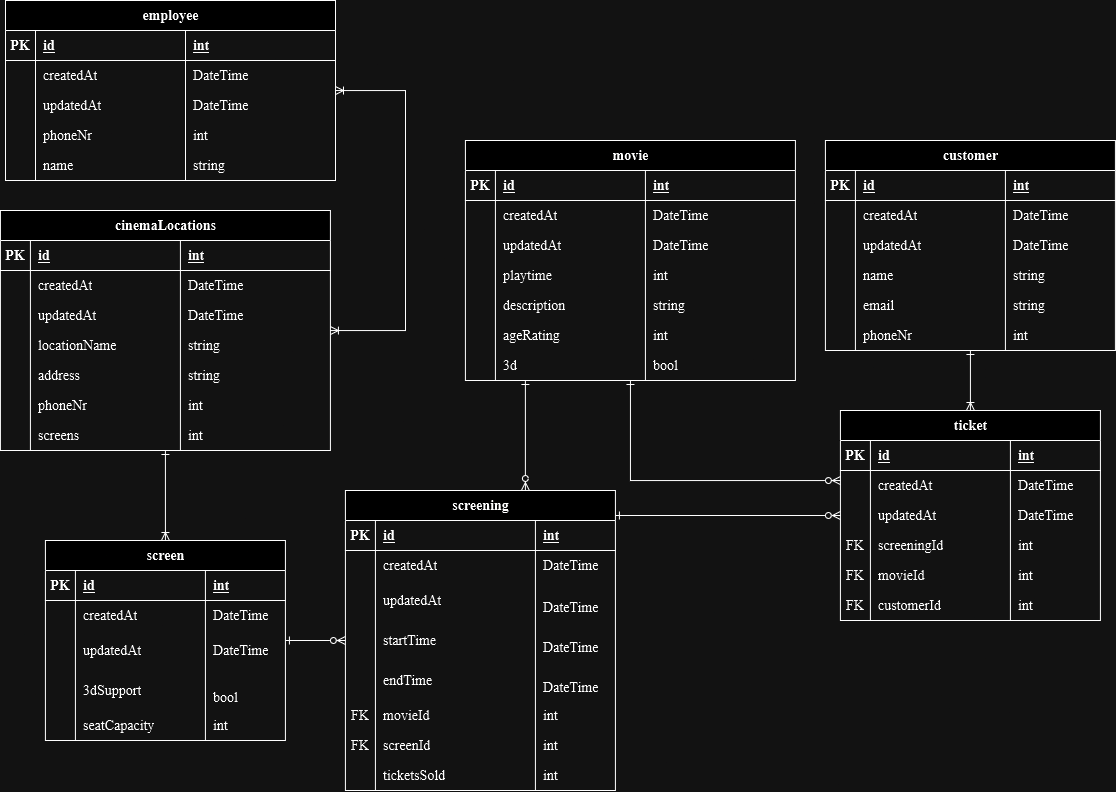
Before: database-design_dark.drawio.png, a diagram exported from draw.io (boolean-uk/database-design). Source tidied: cells renumbered, new cells last; positions are measured from the earlier drawing's top-left corner, leaving out a move shared by most shapes.
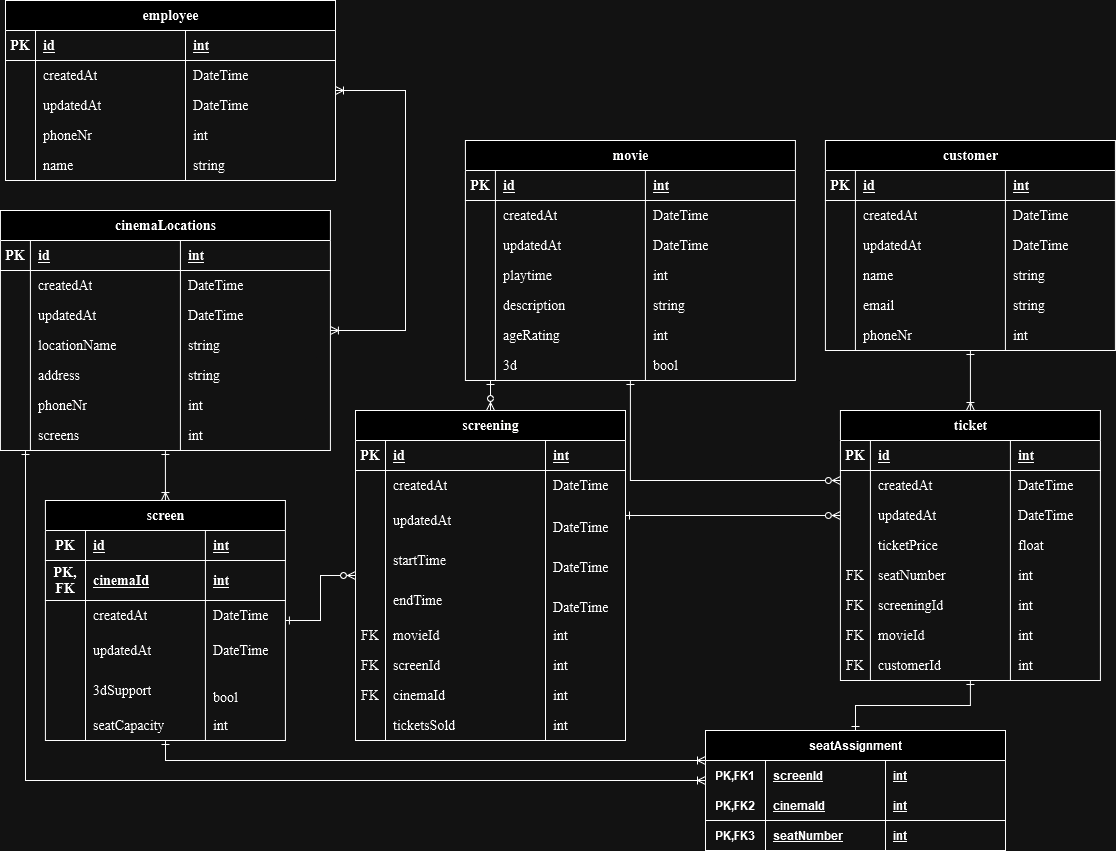
Above is the later version.

What changed in the source:
```diff
@@ -6,64 +6,76 @@
       <mxGeometry relative="1" as="geometry" />
     </mxCell>
     <mxCell id="3" value="screen" style="shape=table;startSize=30;rowLines=0;fontStyle=1;align=center;html=1;fontFamily=Garamond;fontSize=14;" parent="1" vertex="1">
-      <mxGeometry x="44.9" y="540" width="240" height="200" as="geometry" />
+      <mxGeometry x="44.9" y="500" width="240" height="240" as="geometry" />
     </mxCell>
     <mxCell id="4" style="shape=tableRow;horizontal=0;startSize=0;swimlaneHead=0;swimlaneBody=0;fillColor=none;top=0;left=0;right=0;bottom=1;fontFamily=Garamond;fontSize=14;" parent="3" vertex="1">
       <mxGeometry y="30" width="240" height="30" as="geometry" />
     </mxCell>
     <mxCell id="5" value="PK" style="shape=partialRectangle;fillColor=none;top=0;left=0;bottom=0;right=0;fontStyle=1;overflow=hidden;whiteSpace=wrap;html=1;fontFamily=Garamond;fontSize=14;" parent="4" vertex="1">
-      <mxGeometry width="30" height="30" as="geometry" />
+      <mxGeometry width="40.1" height="30" as="geometry" />
     </mxCell>
     <mxCell id="6" value="id " style="shape=partialRectangle;fillColor=none;top=0;left=0;bottom=0;right=0;align=left;spacingLeft=6;fontStyle=5;overflow=hidden;whiteSpace=wrap;html=1;fontFamily=Garamond;fontSize=14;" parent="4" vertex="1">
-      <mxGeometry x="30" width="130" height="30" as="geometry" />
+      <mxGeometry x="40.1" width="119.9" height="30" as="geometry" />
     </mxCell>
     <mxCell id="7" value="int" style="shape=partialRectangle;fillColor=none;top=0;left=0;bottom=0;right=0;align=left;spacingLeft=6;fontStyle=5;overflow=hidden;whiteSpace=wrap;html=1;fontFamily=Garamond;fontSize=14;" parent="4" vertex="1">
       <mxGeometry x="160" width="80" height="30" as="geometry" />
     </mxCell>
+    <mxCell id="192" style="shape=tableRow;horizontal=0;startSize=0;swimlaneHead=0;swimlaneBody=0;fillColor=none;top=0;left=0;right=0;bottom=1;fontFamily=Garamond;fontSize=14;" parent="3" vertex="1">
+      <mxGeometry y="60" width="240" height="40" as="geometry" />
+    </mxCell>
+    <mxCell id="193" value="PK, FK" style="shape=partialRectangle;fillColor=none;top=0;left=0;bottom=0;right=0;fontStyle=1;overflow=hidden;whiteSpace=wrap;html=1;fontFamily=Garamond;fontSize=14;" parent="192" vertex="1">
+      <mxGeometry width="40.1" height="40" as="geometry" />
+    </mxCell>
+    <mxCell id="194" value="cinemaId " style="shape=partialRectangle;fillColor=none;top=0;left=0;bottom=0;right=0;align=left;spacingLeft=6;fontStyle=5;overflow=hidden;whiteSpace=wrap;html=1;fontFamily=Garamond;fontSize=14;" parent="192" vertex="1">
+      <mxGeometry x="40.1" width="119.9" height="40" as="geometry" />
+    </mxCell>
+    <mxCell id="195" value="int" style="shape=partialRectangle;fillColor=none;top=0;left=0;bottom=0;right=0;align=left;spacingLeft=6;fontStyle=5;overflow=hidden;whiteSpace=wrap;html=1;fontFamily=Garamond;fontSize=14;" parent="192" vertex="1">
+      <mxGeometry x="160" width="80" height="40" as="geometry" />
+    </mxCell>
     <mxCell id="8" style="shape=tableRow;horizontal=0;startSize=0;swimlaneHead=0;swimlaneBody=0;fillColor=none;top=0;left=0;right=0;bottom=0;fontFamily=Garamond;fontSize=14;" parent="3" vertex="1">
-      <mxGeometry y="60" width="240" height="30" as="geometry" />
+      <mxGeometry y="100" width="240" height="30" as="geometry" />
     </mxCell>
     <mxCell id="9" style="shape=partialRectangle;fillColor=none;top=0;left=0;bottom=0;right=0;overflow=hidden;whiteSpace=wrap;html=1;fontFamily=Garamond;fontSize=14;" parent="8" vertex="1">
-      <mxGeometry width="30" height="30" as="geometry" />
+      <mxGeometry width="40.1" height="30" as="geometry" />
     </mxCell>
     <mxCell id="10" value="createdAt " style="shape=partialRectangle;fillColor=none;top=0;left=0;bottom=0;right=0;align=left;spacingLeft=6;overflow=hidden;whiteSpace=wrap;html=1;fontFamily=Garamond;fontSize=14;" parent="8" vertex="1">
-      <mxGeometry x="30" width="130" height="30" as="geometry" />
+      <mxGeometry x="40.1" width="119.9" height="30" as="geometry" />
     </mxCell>
     <mxCell id="11" value="DateTime" style="shape=partialRectangle;fillColor=none;top=0;left=0;bottom=0;right=0;align=left;spacingLeft=6;overflow=hidden;whiteSpace=wrap;html=1;fontFamily=Garamond;fontSize=14;" parent="8" vertex="1">
       <mxGeometry x="160" width="80" height="30" as="geometry" />
     </mxCell>
     <mxCell id="12" style="shape=tableRow;horizontal=0;startSize=0;swimlaneHead=0;swimlaneBody=0;fillColor=none;top=0;left=0;right=0;bottom=0;fontFamily=Garamond;fontSize=14;" parent="3" vertex="1">
-      <mxGeometry y="90" width="240" height="40" as="geometry" />
+      <mxGeometry y="130" width="240" height="40" as="geometry" />
     </mxCell>
     <mxCell id="13" style="shape=partialRectangle;fillColor=none;top=0;left=0;bottom=0;right=0;overflow=hidden;whiteSpace=wrap;html=1;fontFamily=Garamond;fontSize=14;" parent="12" vertex="1">
-      <mxGeometry width="30" height="40" as="geometry" />
+      <mxGeometry width="40.1" height="40" as="geometry" />
     </mxCell>
     <mxCell id="14" value="updatedAt " style="shape=partialRectangle;fillColor=none;top=0;left=0;bottom=0;right=0;align=left;spacingLeft=6;overflow=hidden;whiteSpace=wrap;html=1;fontFamily=Garamond;fontSize=14;" parent="12" vertex="1">
-      <mxGeometry x="30" width="130" height="40" as="geometry" />
+      <mxGeometry x="40.1" width="119.9" height="40" as="geometry" />
     </mxCell>
     <mxCell id="15" value="DateTime" style="shape=partialRectangle;fillColor=none;top=0;left=0;bottom=0;right=0;align=left;spacingLeft=6;overflow=hidden;whiteSpace=wrap;html=1;fontFamily=Garamond;fontSize=14;" parent="12" vertex="1">
       <mxGeometry x="160" width="80" height="40" as="geometry" />
     </mxCell>
     <mxCell id="16" style="shape=tableRow;horizontal=0;startSize=0;swimlaneHead=0;swimlaneBody=0;fillColor=none;top=0;left=0;right=0;bottom=0;fontFamily=Garamond;fontSize=14;" parent="3" vertex="1">
-      <mxGeometry y="130" width="240" height="40" as="geometry" />
+      <mxGeometry y="170" width="240" height="40" as="geometry" />
     </mxCell>
     <mxCell id="17" style="shape=partialRectangle;fillColor=none;top=0;left=0;bottom=0;right=0;overflow=hidden;whiteSpace=wrap;html=1;fontFamily=Garamond;fontSize=14;" parent="16" vertex="1">
-      <mxGeometry width="30" height="40" as="geometry" />
+      <mxGeometry width="40.1" height="40" as="geometry" />
     </mxCell>
     <mxCell id="18" value="3dSupport " style="shape=partialRectangle;fillColor=none;top=0;left=0;bottom=0;right=0;align=left;spacingLeft=6;overflow=hidden;whiteSpace=wrap;html=1;fontFamily=Garamond;fontSize=14;" parent="16" vertex="1">
-      <mxGeometry x="30" width="130" height="40" as="geometry" />
+      <mxGeometry x="40.1" width="119.9" height="40" as="geometry" />
     </mxCell>
     <mxCell id="19" value="&#10;bool&#10;&#10;" style="shape=partialRectangle;fillColor=none;top=0;left=0;bottom=0;right=0;align=left;spacingLeft=6;overflow=hidden;whiteSpace=wrap;html=1;fontFamily=Garamond;fontSize=14;" parent="16" vertex="1">
       <mxGeometry x="160" width="80" height="40" as="geometry" />
     </mxCell>
     <mxCell id="20" style="shape=tableRow;horizontal=0;startSize=0;swimlaneHead=0;swimlaneBody=0;fillColor=none;top=0;left=0;right=0;bottom=0;fontFamily=Garamond;fontSize=14;" parent="3" vertex="1">
-      <mxGeometry y="170" width="240" height="30" as="geometry" />
+      <mxGeometry y="210" width="240" height="30" as="geometry" />
     </mxCell>
     <mxCell id="21" style="shape=partialRectangle;fillColor=none;top=0;left=0;bottom=0;right=0;overflow=hidden;whiteSpace=wrap;html=1;fontFamily=Garamond;fontSize=14;" parent="20" vertex="1">
-      <mxGeometry width="30" height="30" as="geometry" />
+      <mxGeometry width="40.1" height="30" as="geometry" />
     </mxCell>
     <mxCell id="22" value="seatCapacity" style="shape=partialRectangle;fillColor=none;top=0;left=0;bottom=0;right=0;align=left;spacingLeft=6;overflow=hidden;whiteSpace=wrap;html=1;fontFamily=Garamond;fontSize=14;" parent="20" vertex="1">
-      <mxGeometry x="30" width="130" height="30" as="geometry" />
+      <mxGeometry x="40.1" width="119.9" height="30" as="geometry" />
     </mxCell>
     <mxCell id="23" value="int" style="shape=partialRectangle;fillColor=none;top=0;left=0;bottom=0;right=0;align=left;spacingLeft=6;overflow=hidden;whiteSpace=wrap;html=1;fontFamily=Garamond;fontSize=14;" parent="20" vertex="1">
       <mxGeometry x="160" width="80" height="30" as="geometry" />
@@ -80,7 +92,7 @@
       </mxGeometry>
     </mxCell>
     <mxCell id="26" value="screening" style="shape=table;startSize=30;rowLines=0;fontStyle=1;align=center;html=1;verticalAlign=middle;fontFamily=Garamond;fontSize=14;" parent="1" vertex="1">
-      <mxGeometry x="344.9" y="490" width="270" height="300" as="geometry" />
+      <mxGeometry x="355" y="410" width="270" height="330" as="geometry" />
     </mxCell>
     <mxCell id="27" style="shape=tableRow;horizontal=0;startSize=0;swimlaneHead=0;swimlaneBody=0;fillColor=none;top=0;left=0;right=0;bottom=1;fontFamily=Garamond;fontSize=14;" parent="26" vertex="1">
       <mxGeometry y="30" width="270" height="30" as="geometry" />
@@ -166,8 +178,20 @@
     <mxCell id="54" value="int" style="shape=partialRectangle;fillColor=none;top=0;left=0;bottom=0;right=0;align=left;spacingLeft=6;overflow=hidden;whiteSpace=wrap;html=1;verticalAlign=middle;fontFamily=Garamond;fontSize=14;" parent="51" vertex="1">
       <mxGeometry x="190" width="80" height="30" as="geometry" />
     </mxCell>
+    <mxCell id="196" style="shape=tableRow;horizontal=0;startSize=0;swimlaneHead=0;swimlaneBody=0;fillColor=none;top=0;left=0;right=0;bottom=0;fontFamily=Garamond;fontSize=14;" parent="26" vertex="1">
+      <mxGeometry y="270" width="270" height="30" as="geometry" />
+    </mxCell>
+    <mxCell id="197" value="FK" style="shape=partialRectangle;fillColor=none;top=0;left=0;bottom=0;right=0;overflow=hidden;whiteSpace=wrap;html=1;fontFamily=Garamond;fontSize=14;" parent="196" vertex="1">
+      <mxGeometry width="30" height="30" as="geometry" />
+    </mxCell>
+    <mxCell id="198" value="cinemaId" style="shape=partialRectangle;fillColor=none;top=0;left=0;bottom=0;right=0;align=left;spacingLeft=6;overflow=hidden;whiteSpace=wrap;html=1;fontFamily=Garamond;fontSize=14;" parent="196" vertex="1">
+      <mxGeometry x="30" width="160" height="30" as="geometry" />
+    </mxCell>
+    <mxCell id="199" value="int" style="shape=partialRectangle;fillColor=none;top=0;left=0;bottom=0;right=0;align=left;spacingLeft=6;overflow=hidden;whiteSpace=wrap;html=1;verticalAlign=middle;fontFamily=Garamond;fontSize=14;" parent="196" vertex="1">
+      <mxGeometry x="190" width="80" height="30" as="geometry" />
+    </mxCell>
     <mxCell id="55" style="shape=tableRow;horizontal=0;startSize=0;swimlaneHead=0;swimlaneBody=0;fillColor=none;top=0;left=0;right=0;bottom=0;fontFamily=Garamond;fontSize=14;" parent="26" vertex="1">
-      <mxGeometry y="270" width="270" height="30" as="geometry" />
+      <mxGeometry y="300" width="270" height="30" as="geometry" />
     </mxCell>
     <mxCell id="56" style="shape=partialRectangle;fillColor=none;top=0;left=0;bottom=0;right=0;overflow=hidden;whiteSpace=wrap;html=1;fontFamily=Garamond;fontSize=14;" parent="55" vertex="1">
       <mxGeometry width="30" height="30" as="geometry" />
@@ -516,8 +540,11 @@
         </Array>
       </mxGeometry>
     </mxCell>
+    <mxCell id="200" style="edgeStyle=orthogonalEdgeStyle;rounded=0;jettySize=auto;html=1;startArrow=ERone;startFill=0;endArrow=ERone;endFill=0;" parent="1" edge="1" source="167" target="210">
+      <mxGeometry relative="1" as="geometry" />
+    </mxCell>
     <mxCell id="167" value="ticket" style="shape=table;startSize=30;rowLines=0;fontStyle=1;align=center;html=1;fontFamily=Garamond;fontSize=14;" parent="1" vertex="1">
-      <mxGeometry x="839.9" y="410" width="260" height="210" as="geometry" />
+      <mxGeometry x="839.9" y="410" width="260" height="270" as="geometry" />
     </mxCell>
     <mxCell id="168" style="shape=tableRow;horizontal=0;startSize=0;swimlaneHead=0;swimlaneBody=0;fillColor=none;top=0;left=0;right=0;bottom=1;fontFamily=Garamond;fontSize=14;" parent="167" vertex="1">
       <mxGeometry y="30" width="260" height="30" as="geometry" />
@@ -555,8 +582,32 @@
     <mxCell id="179" value="DateTime" style="shape=partialRectangle;fillColor=none;top=0;left=0;bottom=0;right=0;align=left;spacingLeft=6;overflow=hidden;whiteSpace=wrap;html=1;fontFamily=Garamond;fontSize=14;" parent="176" vertex="1">
       <mxGeometry x="170" width="90" height="30" as="geometry" />
     </mxCell>
+    <mxCell id="201" style="shape=tableRow;horizontal=0;startSize=0;swimlaneHead=0;swimlaneBody=0;fillColor=none;top=0;left=0;right=0;bottom=0;fontFamily=Garamond;fontSize=14;" parent="167" vertex="1">
+      <mxGeometry y="120" width="260" height="30" as="geometry" />
+    </mxCell>
+    <mxCell id="202" style="shape=partialRectangle;fillColor=none;top=0;left=0;bottom=0;right=0;overflow=hidden;whiteSpace=wrap;html=1;fontFamily=Garamond;fontSize=14;" parent="201" vertex="1">
+      <mxGeometry width="30" height="30" as="geometry" />
+    </mxCell>
+    <mxCell id="203" value="ticketPrice" style="shape=partialRectangle;fillColor=none;top=0;left=0;bottom=0;right=0;align=left;spacingLeft=6;overflow=hidden;whiteSpace=wrap;html=1;fontFamily=Garamond;fontSize=14;" parent="201" vertex="1">
+      <mxGeometry x="30" width="140" height="30" as="geometry" />
+    </mxCell>
+    <mxCell id="204" value="float" style="shape=partialRectangle;fillColor=none;top=0;left=0;bottom=0;right=0;align=left;spacingLeft=6;overflow=hidden;whiteSpace=wrap;html=1;fontFamily=Garamond;fontSize=14;" parent="201" vertex="1">
+      <mxGeometry x="170" width="90" height="30" as="geometry" />
+    </mxCell>
+    <mxCell id="205" style="shape=tableRow;horizontal=0;startSize=0;swimlaneHead=0;swimlaneBody=0;fillColor=none;top=0;left=0;right=0;bottom=0;fontFamily=Garamond;fontSize=14;" parent="167" vertex="1">
+      <mxGeometry y="150" width="260" height="30" as="geometry" />
+    </mxCell>
+    <mxCell id="206" value="FK" style="shape=partialRectangle;fillColor=none;top=0;left=0;bottom=0;right=0;overflow=hidden;whiteSpace=wrap;html=1;fontFamily=Garamond;fontSize=14;" parent="205" vertex="1">
+      <mxGeometry width="30" height="30" as="geometry" />
+    </mxCell>
+    <mxCell id="207" value="seatNumber" style="shape=partialRectangle;fillColor=none;top=0;left=0;bottom=0;right=0;align=left;spacingLeft=6;overflow=hidden;whiteSpace=wrap;html=1;fontFamily=Garamond;fontSize=14;" parent="205" vertex="1">
+      <mxGeometry x="30" width="140" height="30" as="geometry" />
+    </mxCell>
+    <mxCell id="208" value="int" style="shape=partialRectangle;fillColor=none;top=0;left=0;bottom=0;right=0;align=left;spacingLeft=6;overflow=hidden;whiteSpace=wrap;html=1;fontFamily=Garamond;fontSize=14;" parent="205" vertex="1">
+      <mxGeometry x="170" width="90" height="30" as="geometry" />
+    </mxCell>
     <mxCell id="180" style="shape=tableRow;horizontal=0;startSize=0;swimlaneHead=0;swimlaneBody=0;fillColor=none;top=0;left=0;right=0;bottom=0;fontFamily=Garamond;fontSize=14;" parent="167" vertex="1">
-      <mxGeometry y="120" width="260" height="30" as="geometry" />
+      <mxGeometry y="180" width="260" height="30" as="geometry" />
     </mxCell>
     <mxCell id="181" value="FK" style="shape=partialRectangle;fillColor=none;top=0;left=0;bottom=0;right=0;overflow=hidden;whiteSpace=wrap;html=1;fontFamily=Garamond;fontSize=14;" parent="180" vertex="1">
       <mxGeometry width="30" height="30" as="geometry" />
@@ -568,7 +619,7 @@
       <mxGeometry x="170" width="90" height="30" as="geometry" />
     </mxCell>
     <mxCell id="184" style="shape=tableRow;horizontal=0;startSize=0;swimlaneHead=0;swimlaneBody=0;fillColor=none;top=0;left=0;right=0;bottom=0;fontFamily=Garamond;fontSize=14;" parent="167" vertex="1">
-      <mxGeometry y="150" width="260" height="30" as="geometry" />
+      <mxGeometry y="210" width="260" height="30" as="geometry" />
     </mxCell>
     <mxCell id="185" value="FK" style="shape=partialRectangle;fillColor=none;top=0;left=0;bottom=0;right=0;overflow=hidden;whiteSpace=wrap;html=1;fontFamily=Garamond;fontSize=14;" parent="184" vertex="1">
       <mxGeometry width="30" height="30" as="geometry" />
@@ -580,7 +631,7 @@
       <mxGeometry x="170" width="90" height="30" as="geometry" />
     </mxCell>
     <mxCell id="188" style="shape=tableRow;horizontal=0;startSize=0;swimlaneHead=0;swimlaneBody=0;fillColor=none;top=0;left=0;right=0;bottom=0;fontFamily=Garamond;fontSize=14;" parent="167" vertex="1">
-      <mxGeometry y="180" width="260" height="30" as="geometry" />
+      <mxGeometry y="240" width="260" height="30" as="geometry" />
     </mxCell>
     <mxCell id="189" value="FK" style="shape=partialRectangle;fillColor=none;top=0;left=0;bottom=0;right=0;overflow=hidden;whiteSpace=wrap;html=1;fontFamily=Garamond;fontSize=14;" parent="188" vertex="1">
       <mxGeometry width="30" height="30" as="geometry" />
@@ -591,5 +642,58 @@
     <mxCell id="191" value="int" style="shape=partialRectangle;fillColor=none;top=0;left=0;bottom=0;right=0;align=left;spacingLeft=6;overflow=hidden;whiteSpace=wrap;html=1;fontFamily=Garamond;fontSize=14;" parent="188" vertex="1">
       <mxGeometry x="170" width="90" height="30" as="geometry" />
     </mxCell>
+    <mxCell id="209" style="edgeStyle=orthogonalEdgeStyle;rounded=0;jettySize=auto;html=1;endArrow=ERone;endFill=0;startArrow=ERoneToMany;startFill=0;" parent="1" edge="1" source="210" target="3">
+      <mxGeometry relative="1" as="geometry">
+        <Array as="points">
+          <mxPoint x="165" y="760" />
+        </Array>
+      </mxGeometry>
+    </mxCell>
+    <mxCell id="210" value="seatAssignment" style="shape=table;startSize=30;rowLines=0;fontStyle=1;align=center;html=1;whiteSpace=wrap;" parent="1" vertex="1">
+      <mxGeometry x="705" y="730" width="300" height="120" as="geometry" />
+    </mxCell>
+    <mxCell id="211" style="shape=tableRow;horizontal=0;startSize=0;swimlaneHead=0;swimlaneBody=0;fillColor=none;top=0;left=0;right=0;bottom=0;html=1;" parent="210" vertex="1">
+      <mxGeometry y="30" width="300" height="30" as="geometry" />
+    </mxCell>
+    <mxCell id="212" value="PK,FK1" style="shape=partialRectangle;fillColor=none;top=0;left=0;bottom=0;right=0;fontStyle=1;overflow=hidden;html=1;whiteSpace=wrap;" parent="211" vertex="1">
+      <mxGeometry width="60" height="30" as="geometry" />
+    </mxCell>
+    <mxCell id="213" value="screenId" style="shape=partialRectangle;fillColor=none;top=0;left=0;bottom=0;right=0;align=left;spacingLeft=6;fontStyle=5;overflow=hidden;html=1;whiteSpace=wrap;" parent="211" vertex="1">
+      <mxGeometry x="60" width="120" height="30" as="geometry" />
+    </mxCell>
+    <mxCell id="214" value="int" style="shape=partialRectangle;fillColor=none;top=0;left=0;bottom=0;right=0;align=left;spacingLeft=6;fontStyle=5;overflow=hidden;html=1;whiteSpace=wrap;" parent="211" vertex="1">
+      <mxGeometry x="180" width="120" height="30" as="geometry" />
+    </mxCell>
+    <mxCell id="215" style="shape=tableRow;horizontal=0;startSize=0;swimlaneHead=0;swimlaneBody=0;fillColor=none;top=0;left=0;right=0;bottom=1;html=1;" parent="210" vertex="1">
+      <mxGeometry y="60" width="300" height="30" as="geometry" />
+    </mxCell>
+    <mxCell id="216" value="PK,FK2" style="shape=partialRectangle;fillColor=none;top=0;left=0;bottom=0;right=0;fontStyle=1;overflow=hidden;html=1;whiteSpace=wrap;" parent="215" vertex="1">
+      <mxGeometry width="60" height="30" as="geometry" />
+    </mxCell>
+    <mxCell id="217" value="cinemaId" style="shape=partialRectangle;fillColor=none;top=0;left=0;bottom=0;right=0;align=left;spacingLeft=6;fontStyle=5;overflow=hidden;html=1;whiteSpace=wrap;" parent="215" vertex="1">
+      <mxGeometry x="60" width="120" height="30" as="geometry" />
+    </mxCell>
+    <mxCell id="218" value="int" style="shape=partialRectangle;fillColor=none;top=0;left=0;bottom=0;right=0;align=left;spacingLeft=6;fontStyle=5;overflow=hidden;html=1;whiteSpace=wrap;" parent="215" vertex="1">
+      <mxGeometry x="180" width="120" height="30" as="geometry" />
+    </mxCell>
+    <mxCell id="219" style="shape=tableRow;horizontal=0;startSize=0;swimlaneHead=0;swimlaneBody=0;fillColor=none;top=0;left=0;right=0;bottom=1;html=1;" parent="210" vertex="1">
+      <mxGeometry y="90" width="300" height="30" as="geometry" />
+    </mxCell>
+    <mxCell id="220" value="PK,FK3" style="shape=partialRectangle;fillColor=none;top=0;left=0;bottom=0;right=0;fontStyle=1;overflow=hidden;html=1;whiteSpace=wrap;" parent="219" vertex="1">
+      <mxGeometry width="60" height="30" as="geometry" />
+    </mxCell>
+    <mxCell id="221" value="seatNumber" style="shape=partialRectangle;fillColor=none;top=0;left=0;bottom=0;right=0;align=left;spacingLeft=6;fontStyle=5;overflow=hidden;html=1;whiteSpace=wrap;" parent="219" vertex="1">
+      <mxGeometry x="60" width="120" height="30" as="geometry" />
+    </mxCell>
+    <mxCell id="222" value="int" style="shape=partialRectangle;fillColor=none;top=0;left=0;bottom=0;right=0;align=left;spacingLeft=6;fontStyle=5;overflow=hidden;html=1;whiteSpace=wrap;" parent="219" vertex="1">
+      <mxGeometry x="180" width="120" height="30" as="geometry" />
+    </mxCell>
+    <mxCell id="223" style="edgeStyle=orthogonalEdgeStyle;rounded=0;jettySize=auto;html=1;endArrow=ERone;endFill=0;startArrow=ERoneToMany;startFill=0;" parent="1" edge="1" source="210" target="88">
+      <mxGeometry relative="1" as="geometry">
+        <Array as="points">
+          <mxPoint x="25" y="780" />
+        </Array>
+      </mxGeometry>
+    </mxCell>
   </root>
 </mxGraphModel>
```
